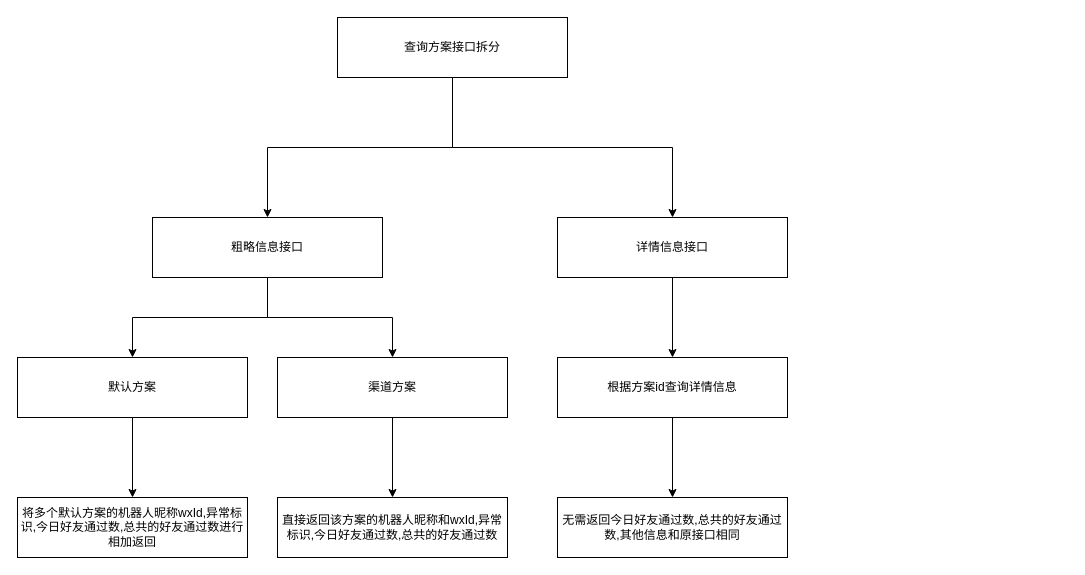
Earlier version of the draw.io diagram 好友回复方案.drawio (1819011603/-). Source tidied: cells renumbered, new cells numbered last; positions are measured from the earlier drawing's top-left corner, leaving out a move shared by most shapes. Both pictures are drawn from the tidied source at 100%, with x=0, y=0 at pixel (17, 17).
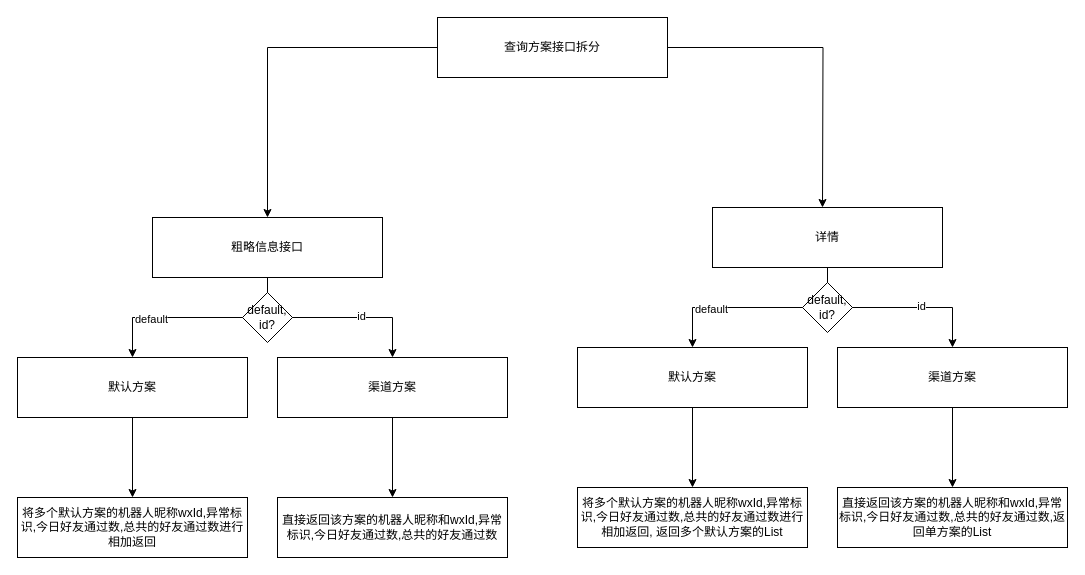
The same diagram, later.

Commit message:
更新好友回复方案.drawio

The change refers to these unchanged cells:
```xml
<mxCell id="5" style="edgeStyle=orthogonalEdgeStyle;rounded=0;jettySize=auto;html=1;" parent="1" edge="1" source="7" target="11">
  <mxGeometry relative="1" as="geometry">
    <Array as="points">
      <mxPoint x="250" y="300" />
      <mxPoint x="115" y="300" />
    </Array>
  </mxGeometry>
</mxCell>
<mxCell id="6" style="edgeStyle=orthogonalEdgeStyle;rounded=0;jettySize=auto;html=1;" parent="1" edge="1" source="7" target="16">
  <mxGeometry relative="1" as="geometry" />
</mxCell>
```

Change to the diagram source:
```diff
@@
-    <mxCell id="3" style="edgeStyle=orthogonalEdgeStyle;rounded=0;jettySize=auto;html=1;" parent="1" edge="1" source="4" target="9">
-      <mxGeometry relative="1" as="geometry" />
-    </mxCell>
+    <mxCell id="19" style="edgeStyle=orthogonalEdgeStyle;rounded=0;jettySize=auto;html=1;entryX=0.435;entryY=-0.083;entryDx=0;entryDy=0;entryPerimeter=0;exitX=1;exitY=0.5;exitDx=0;exitDy=0;" parent="1" edge="1" source="4">
+      <mxGeometry relative="1" as="geometry">
+        <mxPoint x="805" y="190" as="targetPoint" />
+      </mxGeometry>
+    </mxCell>
     <mxCell id="4" value="查询方案接口拆分" style="rounded=0;whiteSpace=wrap;html=1;" parent="1" vertex="1">
-      <mxGeometry x="320" width="230" height="60" as="geometry" />
+      <mxGeometry x="420" width="230" height="60" as="geometry" />
     </mxCell>
@@
+    <mxCell id="20" value="default" style="edgeLabel;html=1;align=center;verticalAlign=middle;" parent="5" vertex="1">
+      <mxGeometry x="0.46" y="1" relative="1" as="geometry" />
+    </mxCell>
@@
+    <mxCell id="21" value="id" style="edgeLabel;html=1;align=center;verticalAlign=middle;" parent="6" vertex="1">
+      <mxGeometry x="0.3" y="2" relative="1" as="geometry" />
+    </mxCell>
@@
-    <mxCell id="8" style="edgeStyle=orthogonalEdgeStyle;rounded=0;jettySize=auto;html=1;" parent="1" edge="1" source="9" target="14">
-      <mxGeometry relative="1" as="geometry" />
-    </mxCell>
-    <mxCell id="9" value="详情信息接口" style="rounded=0;whiteSpace=wrap;html=1;" parent="1" vertex="1">
-      <mxGeometry x="540" y="200" width="230" height="60" as="geometry" />
-    </mxCell>
@@
-    <mxCell id="13" style="edgeStyle=orthogonalEdgeStyle;rounded=0;jettySize=auto;html=1;" parent="1" edge="1" source="14" target="18">
-      <mxGeometry relative="1" as="geometry" />
-    </mxCell>
-    <mxCell id="14" value="根据方案id查询详情信息" style="rounded=0;whiteSpace=wrap;html=1;" parent="1" vertex="1">
-      <mxGeometry x="540" y="340" width="230" height="60" as="geometry" />
-    </mxCell>
@@
-    <mxCell id="18" value="无需返回今日好友通过数,总共的好友通过数,其他信息和原接口相同" style="rounded=0;whiteSpace=wrap;html=1;" parent="1" vertex="1">
-      <mxGeometry x="540" y="480" width="230" height="60" as="geometry" />
-    </mxCell>
+    <mxCell id="22" value="default, id?" style="rhombus;whiteSpace=wrap;html=1;" parent="1" vertex="1">
+      <mxGeometry x="225" y="275" width="50" height="50" as="geometry" />
+    </mxCell>
+    <mxCell id="23" style="edgeStyle=orthogonalEdgeStyle;rounded=0;jettySize=auto;html=1;" parent="1" edge="1" source="27" target="29">
+      <mxGeometry relative="1" as="geometry">
+        <Array as="points">
+          <mxPoint x="810" y="290" />
+          <mxPoint x="675" y="290" />
+        </Array>
+      </mxGeometry>
+    </mxCell>
+    <mxCell id="24" value="default" style="edgeLabel;html=1;align=center;verticalAlign=middle;" parent="23" vertex="1">
+      <mxGeometry x="0.46" y="1" relative="1" as="geometry" />
+    </mxCell>
+    <mxCell id="25" style="edgeStyle=orthogonalEdgeStyle;rounded=0;jettySize=auto;html=1;" parent="1" edge="1" source="27" target="32">
+      <mxGeometry relative="1" as="geometry" />
+    </mxCell>
+    <mxCell id="26" value="id" style="edgeLabel;html=1;align=center;verticalAlign=middle;" parent="25" vertex="1">
+      <mxGeometry x="0.3" y="2" relative="1" as="geometry" />
+    </mxCell>
+    <mxCell id="27" value="详情" style="rounded=0;whiteSpace=wrap;html=1;" parent="1" vertex="1">
+      <mxGeometry x="695" y="190" width="230" height="60" as="geometry" />
+    </mxCell>
+    <mxCell id="28" style="edgeStyle=orthogonalEdgeStyle;rounded=0;jettySize=auto;html=1;" parent="1" edge="1" source="29" target="30">
+      <mxGeometry relative="1" as="geometry" />
+    </mxCell>
+    <mxCell id="29" value="默认方案" style="rounded=0;whiteSpace=wrap;html=1;" parent="1" vertex="1">
+      <mxGeometry x="560" y="330" width="230" height="60" as="geometry" />
+    </mxCell>
+    <mxCell id="30" value="将多个默认方案的机器人昵称wxId,异常标识,今日好友通过数,总共的好友通过数进行相加返回, 返回多个默认方案的List" style="rounded=0;whiteSpace=wrap;html=1;" parent="1" vertex="1">
+      <mxGeometry x="560" y="470" width="230" height="60" as="geometry" />
+    </mxCell>
+    <mxCell id="31" style="edgeStyle=orthogonalEdgeStyle;rounded=0;jettySize=auto;html=1;" parent="1" edge="1" source="32" target="33">
+      <mxGeometry relative="1" as="geometry" />
+    </mxCell>
+    <mxCell id="32" value="渠道方案" style="rounded=0;whiteSpace=wrap;html=1;" parent="1" vertex="1">
+      <mxGeometry x="820" y="330" width="230" height="60" as="geometry" />
+    </mxCell>
+    <mxCell id="33" value="直接返回该方案的机器人昵称和wxId,异常标识,今日好友通过数,总共的好友通过数,返回单方案的List" style="rounded=0;whiteSpace=wrap;html=1;" parent="1" vertex="1">
+      <mxGeometry x="820" y="470" width="230" height="60" as="geometry" />
+    </mxCell>
+    <mxCell id="34" value="default, id?" style="rhombus;whiteSpace=wrap;html=1;" parent="1" vertex="1">
+      <mxGeometry x="785" y="265" width="50" height="50" as="geometry" />
+    </mxCell>
```
